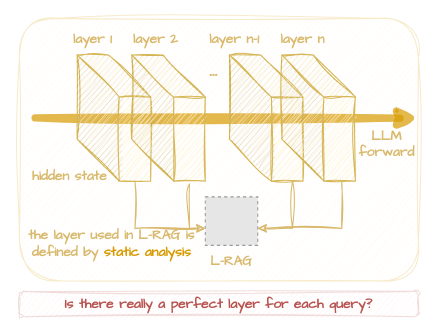
This is demonstration.drawio from Olive-2019/drawio-source, a draw.io file, before an edit. Source tidied: cells renumbered, new cells numbered last; positions are measured from the earlier drawing's top-left corner, leaving out a move shared by most shapes. Both pictures are drawn from the tidied source at 105%, with x=0, y=0 at pixel (18, 18). Pictures stored in the file or linked from it are replaced by grey dashed boxes.
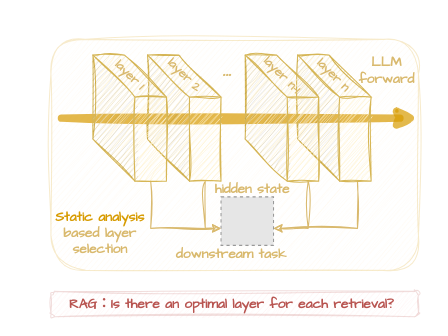
After the change.

What changed in the source:
```diff
@@
     <mxCell id="2" style="text;html=1;align=center;verticalAlign=middle;whiteSpace=wrap;rounded=1;fontFamily=Comic Sans MS;fillColor=#ffe6cc;strokeColor=#d79b00;sketch=1;curveFitting=1;jiggle=2;opacity=20;fontStyle=0;fontSize=13;" parent="1" vertex="1">
-      <mxGeometry x="1" width="380" height="250" as="geometry" />
+      <mxGeometry x="31" y="20" width="350" height="220" as="geometry" />
     </mxCell>
     <mxCell id="3" style="endArrow=classic;html=1;rounded=0;strokeWidth=7;fillColor=#ffe6cc;strokeColor=#d79b00;sketch=1;curveFitting=1;jiggle=2;opacity=70;fontColor=light-dark(#d9b96d, #ededed);textShadow=1;" parent="1" edge="1">
       <mxGeometry relative="1" as="geometry">
-        <mxPoint x="16" y="94.8" as="sourcePoint" />
+        <mxPoint x="41" y="95" as="sourcePoint" />
         <mxPoint x="381" y="95" as="targetPoint" />
       </mxGeometry>
     </mxCell>
     <mxCell id="4" style="fillColor=#E6E6E6;strokeColor=#999999;dashed=1;verticalLabelPosition=bottom;labelBackgroundColor=default;verticalAlign=top;" parent="1" vertex="1">
-      <mxGeometry x="178" y="170" width="50" height="46.2" as="geometry" />
+      <mxGeometry x="193" y="170" width="50" height="46.2" as="geometry" />
     </mxCell>
-    <mxCell id="5" style="edgeStyle=orthogonalEdgeStyle;rounded=0;jettySize=auto;html=1;sketch=1;curveFitting=1;jiggle=2;fillColor=#ffe6cc;strokeColor=#D9B96D;exitX=0.786;exitY=1.023;exitDx=0;exitDy=0;exitPerimeter=0;" parent="1" edge="1" source="13" target="4">
+    <mxCell id="5" style="edgeStyle=orthogonalEdgeStyle;rounded=0;jettySize=auto;html=1;sketch=1;curveFitting=1;jiggle=2;fillColor=#ffe6cc;strokeColor=#D9B96D;exitX=0;exitY=0;exitDx=55;exitDy=120;exitPerimeter=0;" parent="1" edge="1" source="13" target="4">
       <mxGeometry relative="1" as="geometry">
         <Array as="points">
-          <mxPoint x="163" y="200" />
+          <mxPoint x="178" y="200" />
         </Array>
       </mxGeometry>
     </mxCell>
     <mxCell id="6" style="edgeStyle=orthogonalEdgeStyle;rounded=0;jettySize=auto;html=1;sketch=1;curveFitting=1;jiggle=2;fillColor=#ffe6cc;strokeColor=#D9B96D;exitX=0;exitY=0;exitDx=55;exitDy=120;exitPerimeter=0;" parent="1" edge="1" source="7" target="4">
       <mxGeometry relative="1" as="geometry">
         <Array as="points">
-          <mxPoint x="111" y="200" />
+          <mxPoint x="126" y="200" />
         </Array>
       </mxGeometry>
     </mxCell>
-    <mxCell id="7" style="shape=cube;whiteSpace=wrap;html=1;boundedLbl=1;backgroundOutline=1;darkOpacity=0.05;darkOpacity2=0.1;size=40;flipV=0;flipH=0;sketch=1;curveFitting=1;jiggle=2;fillColor=#fff2cc;strokeColor=#d6b656;" parent="1" vertex="1">
-      <mxGeometry x="56" y="35" width="70" height="120" as="geometry" />
-    </mxCell>
-    <mxCell id="8" value="layer 1" style="text;html=1;align=center;verticalAlign=middle;whiteSpace=wrap;rounded=0;fontFamily=Comic Sans MS;strokeWidth=1;fontSize=13;fontColor=#D9B96D;fontStyle=1;" parent="1" vertex="1">
-      <mxGeometry x="41" y="5" width="60" height="30" as="geometry" />
-    </mxCell>
-    <mxCell id="9" value="layer 2" style="text;html=1;align=center;verticalAlign=middle;whiteSpace=wrap;rounded=0;fontFamily=Comic Sans MS;strokeWidth=1;fontSize=13;fontColor=#D9B96D;fontStyle=1;" parent="1" vertex="1">
-      <mxGeometry x="101" y="5" width="60" height="30" as="geometry" />
-    </mxCell>
-    <mxCell id="10" value="layer n-1" style="text;html=1;align=center;verticalAlign=middle;whiteSpace=wrap;rounded=0;fontFamily=Comic Sans MS;strokeWidth=1;fontSize=13;fontColor=#D9B96D;fontStyle=1;" parent="1" vertex="1">
-      <mxGeometry x="171" y="5" width="70" height="30" as="geometry" />
-    </mxCell>
-    <mxCell id="11" value="layer n" style="text;html=1;align=center;verticalAlign=middle;whiteSpace=wrap;rounded=0;fontFamily=Comic Sans MS;strokeWidth=1;fontSize=13;fontColor=#D9B96D;fontStyle=1;" parent="1" vertex="1">
-      <mxGeometry x="241" y="5" width="60" height="30" as="geometry" />
-    </mxCell>
     <mxCell id="12" value="..." style="text;html=1;align=center;verticalAlign=middle;whiteSpace=wrap;rounded=0;fontFamily=Comic Sans MS;strokeWidth=1;fontSize=19;fontStyle=1;fontColor=#D9B96D;" parent="1" vertex="1">
-      <mxGeometry x="171" y="40" width="30" height="20" as="geometry" />
+      <mxGeometry x="184" y="40" width="30" height="20" as="geometry" />
     </mxCell>
-    <mxCell id="13" style="shape=cube;whiteSpace=wrap;html=1;boundedLbl=1;backgroundOutline=1;darkOpacity=0.05;darkOpacity2=0.1;size=40;flipV=0;flipH=0;sketch=1;curveFitting=1;jiggle=2;fillColor=#fff2cc;strokeColor=#d6b656;" parent="1" vertex="1">
-      <mxGeometry x="108" y="35" width="70" height="120" as="geometry" />
-    </mxCell>
-    <mxCell id="14" style="shape=cube;whiteSpace=wrap;html=1;boundedLbl=1;backgroundOutline=1;darkOpacity=0.05;darkOpacity2=0.1;size=40;flipV=0;flipH=0;sketch=1;curveFitting=1;jiggle=2;fillColor=#fff2cc;strokeColor=#d6b656;" parent="1" vertex="1">
-      <mxGeometry x="201" y="35" width="70" height="120" as="geometry" />
-    </mxCell>
-    <mxCell id="15" style="shape=cube;whiteSpace=wrap;html=1;boundedLbl=1;backgroundOutline=1;darkOpacity=0.05;darkOpacity2=0.1;size=40;flipV=0;flipH=0;sketch=1;curveFitting=1;jiggle=2;fillColor=#fff2cc;strokeColor=#d6b656;" parent="1" vertex="1">
-      <mxGeometry x="251" y="35" width="70" height="120" as="geometry" />
-    </mxCell>
     <mxCell id="16" value="LLM&lt;div&gt;forward&lt;/div&gt;" style="text;html=1;align=center;verticalAlign=middle;whiteSpace=wrap;rounded=0;fontFamily=Comic Sans MS;fontSize=13;fontColor=#D9B96D;fontStyle=1;" parent="1" vertex="1">
-      <mxGeometry x="321" y="105" width="60" height="30" as="geometry" />
+      <mxGeometry x="321" y="35" width="60" height="30" as="geometry" />
     </mxCell>
     <mxCell id="17" style="edgeStyle=orthogonalEdgeStyle;rounded=0;jettySize=auto;html=1;sketch=1;jiggle=2;curveFitting=1;strokeColor=#D9B96D;align=center;verticalAlign=middle;fontFamily=Helvetica;fontSize=11;fontColor=default;labelBackgroundColor=default;endArrow=classic;fillColor=#ffe6cc;" parent="1" edge="1" source="14" target="4">
       <mxGeometry relative="1" as="geometry">
         <Array as="points">
-          <mxPoint x="261" y="200" />
+          <mxPoint x="276" y="200" />
         </Array>
       </mxGeometry>
     </mxCell>
-    <mxCell id="18" value="L-RAG" style="text;html=1;align=center;verticalAlign=middle;whiteSpace=wrap;rounded=0;fontFamily=Comic Sans MS;strokeWidth=1;fontSize=13;fontColor=#D9B96D;fontStyle=1;" parent="1" vertex="1">
-      <mxGeometry x="173" y="216.2" width="60" height="30" as="geometry" />
+    <mxCell id="18" value="downstream task" style="text;html=1;align=center;verticalAlign=middle;whiteSpace=wrap;rounded=0;fontFamily=Comic Sans MS;strokeWidth=1;fontSize=13;fontColor=#D9B96D;fontStyle=1;" parent="1" vertex="1">
+      <mxGeometry x="139" y="210" width="128" height="30" as="geometry" />
     </mxCell>
-    <mxCell id="19" value="Is there really a perfect layer for each query?" style="text;html=1;align=center;verticalAlign=middle;whiteSpace=wrap;rounded=1;fontFamily=Comic Sans MS;fillColor=#f8cecc;strokeColor=#b85450;sketch=1;curveFitting=1;jiggle=2;opacity=20;fontStyle=1;fontSize=13;fontColor=light-dark(#B85450,#EDEDED);" parent="1" vertex="1">
-      <mxGeometry x="1" y="260" width="380" height="24.2" as="geometry" />
+    <mxCell id="19" value="RAG：Is there an optimal layer for each retrieval?&amp;nbsp;" style="text;html=1;align=center;verticalAlign=middle;whiteSpace=wrap;rounded=1;fontFamily=Comic Sans MS;fillColor=#f8cecc;strokeColor=#b85450;sketch=1;curveFitting=1;jiggle=2;opacity=20;fontStyle=1;fontSize=13;fontColor=light-dark(#B85450,#EDEDED);labelBackgroundColor=none;" parent="1" vertex="1">
+      <mxGeometry x="31" y="260" width="350" height="24.2" as="geometry" />
     </mxCell>
     <mxCell id="20" value="hidden state" style="text;html=1;align=center;verticalAlign=middle;whiteSpace=wrap;rounded=0;fontFamily=Comic Sans MS;fontSize=13;fontColor=#D9B96D;fontStyle=1;" parent="1" vertex="1">
-      <mxGeometry x="5" y="135" width="88" height="30" as="geometry" />
+      <mxGeometry x="179" y="148" width="88" height="30" as="geometry" />
     </mxCell>
-    <mxCell id="21" value="&lt;font style=&quot;color: rgb(217, 185, 109);&quot;&gt;the layer used in L-RAG is defined by&lt;/font&gt; static analysis" style="text;html=1;align=center;verticalAlign=middle;whiteSpace=wrap;rounded=0;fontFamily=Comic Sans MS;fontSize=13;fontColor=#D79B00;fontStyle=1;" parent="1" vertex="1">
-      <mxGeometry y="200" width="178" height="30" as="geometry" />
-    </mxCell>
     <mxCell id="22" style="edgeStyle=orthogonalEdgeStyle;rounded=0;jettySize=auto;html=1;sketch=1;curveFitting=1;jiggle=2;fillColor=#ffe6cc;strokeColor=#D9B96D;exitX=0;exitY=0;exitDx=55;exitDy=120;exitPerimeter=0;" parent="1" edge="1" target="4">
       <mxGeometry relative="1" as="geometry">
-        <mxPoint x="308" y="155" as="sourcePoint" />
+        <mxPoint x="323" y="155" as="sourcePoint" />
         <Array as="points">
-          <mxPoint x="308" y="200" />
+          <mxPoint x="323" y="200" />
         </Array>
       </mxGeometry>
     </mxCell>
+    <mxCell id="23" value="&lt;font style=&quot;color: rgb(215, 155, 0);&quot;&gt;Static&lt;/font&gt; &lt;font style=&quot;color: rgb(215, 155, 0);&quot;&gt;analysis &lt;/font&gt;based layer selection" style="text;html=1;align=center;verticalAlign=middle;whiteSpace=wrap;rounded=0;fontFamily=Comic Sans MS;fontSize=13;fontColor=#D9B96D;fontStyle=1;" parent="1" vertex="1">
+      <mxGeometry x="23" y="180" width="110" height="50" as="geometry" />
+    </mxCell>
+    <mxCell id="24" style="group;" parent="1" vertex="1">
+      <mxGeometry x="261" y="23.2" width="70" height="131.8" as="geometry" />
+    </mxCell>
+    <mxCell id="15" style="shape=cube;whiteSpace=wrap;html=1;boundedLbl=1;backgroundOutline=1;darkOpacity=0.05;darkOpacity2=0.1;size=40;flipV=0;flipH=0;sketch=1;curveFitting=1;jiggle=2;fillColor=#fff2cc;strokeColor=#d6b656;" parent="24" vertex="1">
+      <mxGeometry x="5" y="11.8" width="70" height="120" as="geometry" />
+    </mxCell>
+    <mxCell id="11" value="layer n" style="text;html=1;align=center;verticalAlign=middle;whiteSpace=wrap;rounded=0;fontFamily=Comic Sans MS;strokeWidth=1;fontSize=12;fontColor=#D9B96D;fontStyle=1;rotation=45;" parent="24" vertex="1">
+      <mxGeometry x="9" y="16.8" width="60" height="30" as="geometry" />
+    </mxCell>
+    <mxCell id="25" style="group;" parent="1" vertex="1">
+      <mxGeometry x="215.6" y="19.6" width="70.7" height="135.4" as="geometry" />
+    </mxCell>
+    <mxCell id="14" style="shape=cube;whiteSpace=wrap;html=1;boundedLbl=1;backgroundOutline=1;darkOpacity=0.05;darkOpacity2=0.1;size=40;flipV=0;flipH=0;sketch=1;curveFitting=1;jiggle=2;fillColor=#fff2cc;strokeColor=#d6b656;" parent="25" vertex="1">
+      <mxGeometry x="0.4" y="15.4" width="70" height="120" as="geometry" />
+    </mxCell>
+    <mxCell id="10" value="layer n-1" style="text;html=1;align=center;verticalAlign=middle;whiteSpace=wrap;rounded=0;fontFamily=Comic Sans MS;strokeWidth=1;fontSize=12;fontColor=#D9B96D;fontStyle=1;rotation=45;" parent="25" vertex="1">
+      <mxGeometry x="0.4" y="20.4" width="70" height="30" as="geometry" />
+    </mxCell>
+    <mxCell id="26" style="group;" parent="1" vertex="1">
+      <mxGeometry x="123" y="23.2" width="70" height="131.8" as="geometry" />
+    </mxCell>
+    <mxCell id="13" style="shape=cube;whiteSpace=wrap;html=1;boundedLbl=1;backgroundOutline=1;darkOpacity=0.05;darkOpacity2=0.1;size=40;flipV=0;flipH=0;sketch=1;curveFitting=1;jiggle=2;fillColor=#fff2cc;strokeColor=#d6b656;" parent="26" vertex="1">
+      <mxGeometry y="11.8" width="70" height="120" as="geometry" />
+    </mxCell>
+    <mxCell id="9" value="layer 2" style="text;html=1;align=center;verticalAlign=middle;whiteSpace=wrap;rounded=0;fontFamily=Comic Sans MS;strokeWidth=1;fontSize=12;fontColor=#D9B96D;fontStyle=1;rotation=45;" parent="26" vertex="1">
+      <mxGeometry x="5" y="16.8" width="60" height="30" as="geometry" />
+    </mxCell>
+    <mxCell id="27" style="group;" parent="1" vertex="1">
+      <mxGeometry x="71" y="23.2" width="70" height="131.8" as="geometry" />
+    </mxCell>
+    <mxCell id="7" style="shape=cube;whiteSpace=wrap;html=1;boundedLbl=1;backgroundOutline=1;darkOpacity=0.05;darkOpacity2=0.1;size=40;flipV=0;flipH=0;sketch=1;curveFitting=1;jiggle=2;fillColor=#fff2cc;strokeColor=#d6b656;" parent="27" vertex="1">
+      <mxGeometry y="11.8" width="70" height="120" as="geometry" />
+    </mxCell>
+    <mxCell id="8" value="layer 1" style="text;html=1;align=center;verticalAlign=middle;whiteSpace=wrap;rounded=0;fontFamily=Comic Sans MS;strokeWidth=1;fontSize=12;fontColor=#D9B96D;fontStyle=1;rotation=45;" parent="27" vertex="1">
+      <mxGeometry x="5" y="16.8" width="60" height="30" as="geometry" />
+    </mxCell>
```
